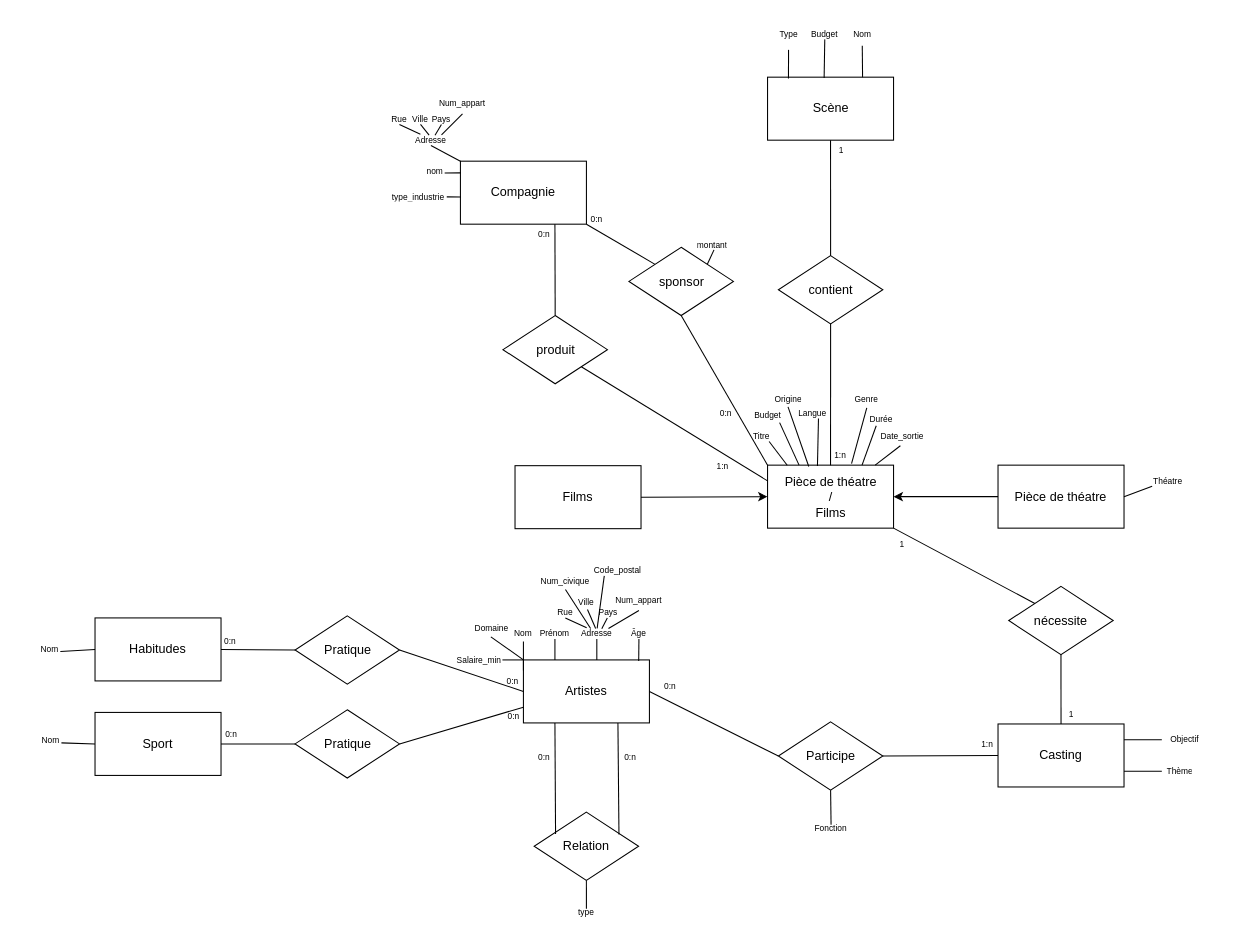
The draw.io diagram modeleEA.drawio in ZGaillard/projet_session_2935, before the edit. Source tidied: cells renumbered, new cells numbered last; positions are measured from the earlier drawing's top-left corner, leaving out a move shared by most shapes. Both pictures are drawn from the tidied source at 105%, with x=0, y=0 at pixel (18, 18).
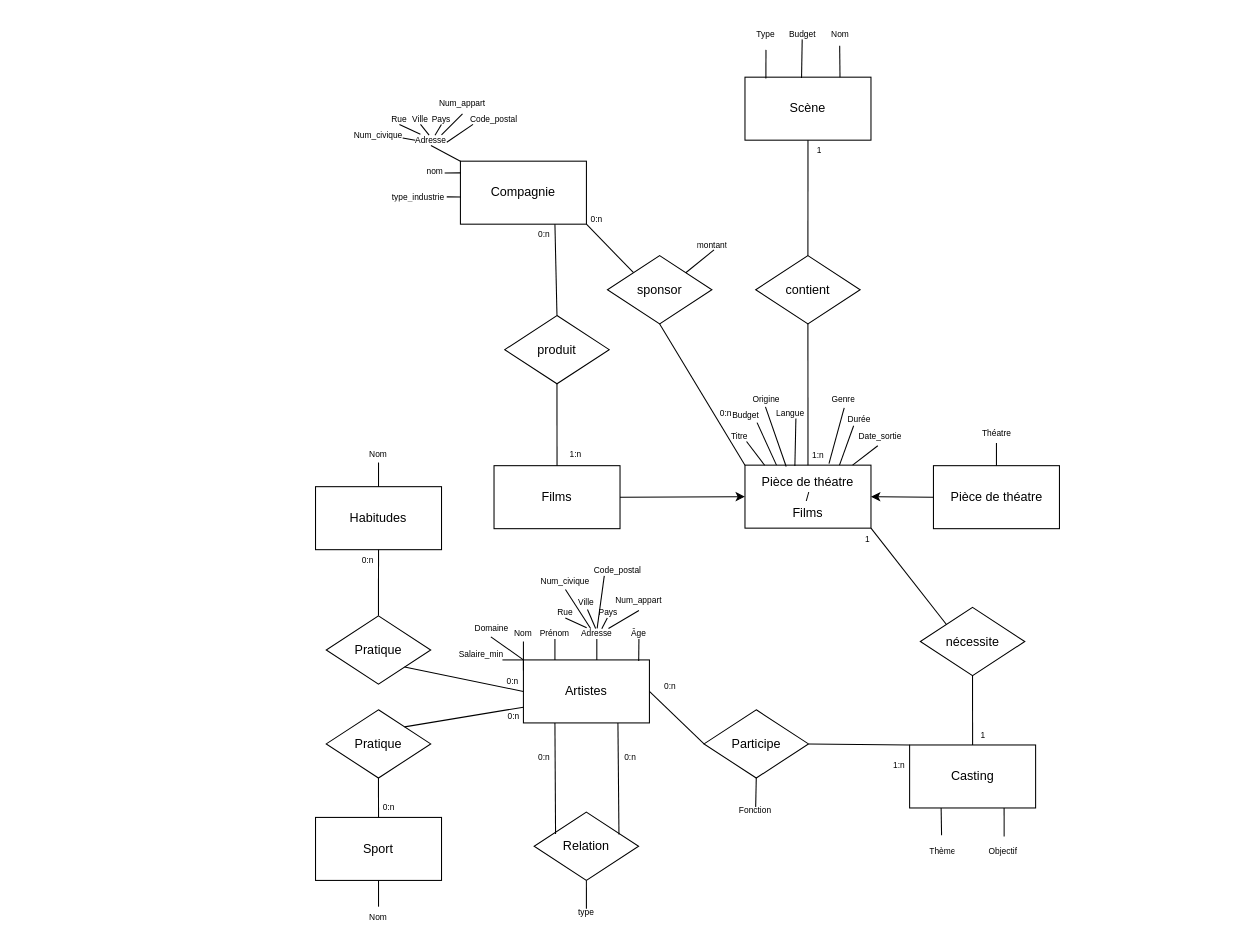
The same diagram, later.

Commit message:
Mettre à jour modeleEA.drawio

The change refers to these unchanged cells:
```xml
<mxCell id="6" value="Artistes" style="rounded=0;whiteSpace=wrap;html=1;" parent="1" vertex="1">
  <mxGeometry x="481" y="611" width="120" height="60" as="geometry" />
</mxCell>
```

The edit, as a diff of the source:
```diff
@@
     <mxCell id="2" value="Films" style="rounded=0;whiteSpace=wrap;html=1;" parent="1" vertex="1">
-      <mxGeometry x="473" y="426" width="120" height="60" as="geometry" />
+      <mxGeometry x="453" y="426" width="120" height="60" as="geometry" />
     </mxCell>
     <mxCell id="3" value="Scène" style="rounded=0;whiteSpace=wrap;html=1;" parent="1" vertex="1">
-      <mxGeometry x="713.5" y="56" width="120" height="60" as="geometry" />
+      <mxGeometry x="692" y="56" width="120" height="60" as="geometry" />
     </mxCell>
@@
     <mxCell id="5" value="Pièce de théatre" style="rounded=0;whiteSpace=wrap;html=1;" parent="1" vertex="1">
-      <mxGeometry x="933" y="425.5" width="120" height="60" as="geometry" />
+      <mxGeometry x="871.5" y="426" width="120" height="60" as="geometry" />
     </mxCell>
@@
     <mxCell id="19" value="Salaire_min" style="text;html=1;align=center;verticalAlign=middle;whiteSpace=wrap;rounded=0;fontSize=8;" parent="1" vertex="1">
-      <mxGeometry x="409" y="596" width="60" height="30" as="geometry" />
+      <mxGeometry x="411" y="591" width="60" height="30" as="geometry" />
     </mxCell>
@@
     <mxCell id="27" value="Type" style="text;html=1;align=center;verticalAlign=middle;whiteSpace=wrap;rounded=0;fontSize=8;" parent="1" vertex="1">
-      <mxGeometry x="703.5" width="60" height="30" as="geometry" />
+      <mxGeometry x="682" width="60" height="30" as="geometry" />
     </mxCell>
     <mxCell id="28" value="Budget" style="text;html=1;align=center;verticalAlign=middle;whiteSpace=wrap;rounded=0;fontSize=8;" parent="1" vertex="1">
-      <mxGeometry x="738" width="60" height="30" as="geometry" />
+      <mxGeometry x="716.5" width="60" height="30" as="geometry" />
     </mxCell>
     <mxCell id="29" style="endArrow=none;html=1;rounded=0;" parent="1" edge="1">
       <mxGeometry relative="1" as="geometry">
-        <mxPoint x="804" y="56" as="sourcePoint" />
-        <mxPoint x="803.7" y="26" as="targetPoint" />
+        <mxPoint x="782.5" y="56" as="sourcePoint" />
+        <mxPoint x="782.2" y="26" as="targetPoint" />
       </mxGeometry>
     </mxCell>
     <mxCell id="30" style="endArrow=none;html=1;rounded=0;exitX=0.449;exitY=0.013;exitDx=0;exitDy=0;exitPerimeter=0;" parent="1" edge="1" source="3">
       <mxGeometry relative="1" as="geometry">
-        <mxPoint x="768" y="20" as="targetPoint" />
+        <mxPoint x="746.5" y="20" as="targetPoint" />
       </mxGeometry>
     </mxCell>
     <mxCell id="31" value="Nom" style="text;html=1;align=center;verticalAlign=middle;whiteSpace=wrap;rounded=0;fontSize=8;" parent="1" vertex="1">
-      <mxGeometry x="774" width="60" height="30" as="geometry" />
+      <mxGeometry x="752.5" width="60" height="30" as="geometry" />
     </mxCell>
     <mxCell id="32" value="Théatre" style="text;strokeColor=none;fillColor=none;align=center;verticalAlign=middle;spacingLeft=4;spacingRight=4;overflow=hidden;points=[[0,0.5],[1,0.5]];portConstraint=eastwest;whiteSpace=wrap;html=1;fontSize=8;" parent="1" vertex="1">
-      <mxGeometry x="1049.8" y="425.5" width="90" height="30" as="geometry" />
+      <mxGeometry x="886.5" y="386" width="90" height="18.5" as="geometry" />
     </mxCell>
-    <mxCell id="33" style="endArrow=none;html=1;rounded=0;exitX=1;exitY=0.5;exitDx=0;exitDy=0;entryX=0.333;entryY=0.667;entryDx=0;entryDy=0;entryPerimeter=0;" parent="1" edge="1" source="5" target="32">
+    <mxCell id="33" style="endArrow=none;html=1;rounded=0;exitX=0.5;exitY=0;exitDx=0;exitDy=0;" parent="1" edge="1" source="5" target="32">
       <mxGeometry relative="1" as="geometry" />
     </mxCell>
     <mxCell id="34" value="Casting" style="rounded=0;whiteSpace=wrap;html=1;" parent="1" vertex="1">
-      <mxGeometry x="933" y="672" width="120" height="60" as="geometry" />
+      <mxGeometry x="848.8" y="692" width="120" height="60" as="geometry" />
     </mxCell>
     <mxCell id="35" value="Objectif" style="text;strokeColor=none;fillColor=none;align=center;verticalAlign=middle;spacingLeft=4;spacingRight=4;overflow=hidden;points=[[0,0.5],[1,0.5]];portConstraint=eastwest;whiteSpace=wrap;html=1;fontSize=8;" parent="1" vertex="1">
-      <mxGeometry x="1089" y="672" width="44" height="30" as="geometry" />
+      <mxGeometry x="915.5" y="778" width="44" height="30" as="geometry" />
     </mxCell>
     <mxCell id="36" value="Thème" style="text;strokeColor=none;fillColor=none;align=center;verticalAlign=middle;spacingLeft=4;spacingRight=4;overflow=hidden;points=[[0,0.5],[1,0.5]];portConstraint=eastwest;whiteSpace=wrap;html=1;fontSize=8;" parent="1" vertex="1">
-      <mxGeometry x="1089" y="702" width="34" height="30" as="geometry" />
+      <mxGeometry x="862.5" y="778" width="34" height="30" as="geometry" />
     </mxCell>
-    <mxCell id="37" style="endArrow=none;html=1;rounded=0;exitX=1;exitY=0.25;exitDx=0;exitDy=0;entryX=0;entryY=0.5;entryDx=0;entryDy=0;" parent="1" edge="1" source="34" target="35">
+    <mxCell id="37" style="endArrow=none;html=1;rounded=0;exitX=0.75;exitY=1;exitDx=0;exitDy=0;entryX=0.53;entryY=0.038;entryDx=0;entryDy=0;entryPerimeter=0;" parent="1" edge="1" source="34" target="35">
       <mxGeometry relative="1" as="geometry" />
     </mxCell>
-    <mxCell id="38" style="endArrow=none;html=1;rounded=0;exitX=1;exitY=0.75;exitDx=0;exitDy=0;" parent="1" edge="1" source="34" target="36">
+    <mxCell id="38" style="endArrow=none;html=1;rounded=0;exitX=0.25;exitY=1;exitDx=0;exitDy=0;" parent="1" edge="1" source="34" target="36">
       <mxGeometry relative="1" as="geometry" />
     </mxCell>
@@
     <mxCell id="54" value="Pièce de théatre&lt;div&gt;/&lt;/div&gt;&lt;div&gt;Films&lt;/div&gt;" style="rounded=0;whiteSpace=wrap;html=1;" parent="1" vertex="1">
-      <mxGeometry x="713.5" y="425.5" width="120" height="60" as="geometry" />
+      <mxGeometry x="692" y="425.5" width="120" height="60" as="geometry" />
     </mxCell>
     <mxCell id="55" value="Titre" style="text;strokeColor=none;fillColor=none;align=center;verticalAlign=middle;spacingLeft=4;spacingRight=4;overflow=hidden;whiteSpace=wrap;html=1;fontSize=8;" parent="1" vertex="1">
-      <mxGeometry x="694" y="383" width="27.5" height="30" as="geometry" />
+      <mxGeometry x="672.5" y="383" width="27.5" height="30" as="geometry" />
     </mxCell>
     <mxCell id="56" value="Budget" style="text;strokeColor=none;fillColor=none;align=center;verticalAlign=middle;spacingLeft=4;spacingRight=4;overflow=hidden;whiteSpace=wrap;html=1;fontSize=8;" parent="1" vertex="1">
-      <mxGeometry x="691" y="363" width="45.5" height="30" as="geometry" />
+      <mxGeometry x="669.5" y="363" width="45.5" height="30" as="geometry" />
     </mxCell>
     <mxCell id="57" value="Origine" style="text;strokeColor=none;fillColor=none;align=center;verticalAlign=middle;spacingLeft=4;spacingRight=4;overflow=hidden;whiteSpace=wrap;html=1;fontSize=8;" parent="1" vertex="1">
-      <mxGeometry x="713" y="348" width="40.5" height="30" as="geometry" />
+      <mxGeometry x="691.5" y="348" width="40.5" height="30" as="geometry" />
     </mxCell>
     <mxCell id="58" value="Langue" style="text;strokeColor=none;fillColor=none;align=center;verticalAlign=middle;spacingLeft=4;spacingRight=4;overflow=hidden;whiteSpace=wrap;html=1;fontSize=8;" parent="1" vertex="1">
-      <mxGeometry x="734" y="361" width="44.5" height="30" as="geometry" />
+      <mxGeometry x="712.5" y="361" width="44.5" height="30" as="geometry" />
     </mxCell>
     <mxCell id="59" value="Durée" style="text;strokeColor=none;fillColor=none;align=center;verticalAlign=middle;spacingLeft=4;spacingRight=4;overflow=hidden;whiteSpace=wrap;html=1;fontSize=8;" parent="1" vertex="1">
-      <mxGeometry x="803" y="367" width="37.5" height="30" as="geometry" />
+      <mxGeometry x="781.5" y="367" width="37.5" height="30" as="geometry" />
     </mxCell>
     <mxCell id="60" value="Date_sortie" style="text;strokeColor=none;fillColor=none;align=center;verticalAlign=middle;spacingLeft=4;spacingRight=4;overflow=hidden;whiteSpace=wrap;html=1;fontSize=8;" parent="1" vertex="1">
-      <mxGeometry x="813" y="383" width="58" height="30" as="geometry" />
+      <mxGeometry x="791.5" y="383" width="58" height="30" as="geometry" />
     </mxCell>
     <mxCell id="61" style="endArrow=none;html=1;rounded=0;exitX=0.75;exitY=0;exitDx=0;exitDy=0;" parent="1" edge="1" source="54">
       <mxGeometry relative="1" as="geometry">
-        <mxPoint x="817" y="388" as="targetPoint" />
+        <mxPoint x="795.5" y="388" as="targetPoint" />
       </mxGeometry>
     </mxCell>
     <mxCell id="62" style="endArrow=none;html=1;rounded=0;exitX=0.5;exitY=0;exitDx=0;exitDy=0;" parent="1" edge="1">
       <mxGeometry relative="1" as="geometry">
-        <mxPoint x="816" y="425.5" as="sourcePoint" />
-        <mxPoint x="840" y="407" as="targetPoint" />
+        <mxPoint x="794.5" y="425.5" as="sourcePoint" />
+        <mxPoint x="818.5" y="407" as="targetPoint" />
       </mxGeometry>
     </mxCell>
     <mxCell id="63" style="endArrow=none;html=1;rounded=0;exitX=0.396;exitY=0.012;exitDx=0;exitDy=0;exitPerimeter=0;" parent="1" edge="1" source="54">
       <mxGeometry relative="1" as="geometry">
-        <mxPoint x="762" y="381" as="targetPoint" />
+        <mxPoint x="740.5" y="381" as="targetPoint" />
       </mxGeometry>
     </mxCell>
     <mxCell id="64" style="endArrow=none;html=1;rounded=0;exitX=0.25;exitY=0;exitDx=0;exitDy=0;" parent="1" edge="1" source="54">
       <mxGeometry relative="1" as="geometry">
-        <mxPoint x="725" y="385" as="targetPoint" />
+        <mxPoint x="703.5" y="385" as="targetPoint" />
       </mxGeometry>
     </mxCell>
     <mxCell id="65" style="endArrow=none;html=1;rounded=0;exitX=0.156;exitY=0.001;exitDx=0;exitDy=0;exitPerimeter=0;" parent="1" edge="1" source="54">
       <mxGeometry relative="1" as="geometry">
-        <mxPoint x="715" y="403" as="targetPoint" />
+        <mxPoint x="693.5" y="403" as="targetPoint" />
       </mxGeometry>
     </mxCell>
@@
     <mxCell id="70" value="contient" style="rhombus;whiteSpace=wrap;html=1;" parent="1" vertex="1">
-      <mxGeometry x="723.8" y="226" width="99.5" height="65" as="geometry" />
+      <mxGeometry x="702.2" y="226" width="99.5" height="65" as="geometry" />
     </mxCell>
     <mxCell id="71" value="nécessite" style="rhombus;whiteSpace=wrap;html=1;" parent="1" vertex="1">
-      <mxGeometry x="943.2" y="541" width="99.5" height="65" as="geometry" />
+      <mxGeometry x="859" y="561" width="99.5" height="65" as="geometry" />
     </mxCell>
@@
-    <mxCell id="73" style="endArrow=none;html=1;rounded=0;exitX=0.5;exitY=1;exitDx=0;exitDy=0;entryX=0.5;entryY=0;entryDx=0;entryDy=0;" parent="1" edge="1" source="71" target="34">
-      <mxGeometry relative="1" as="geometry" />
+    <mxCell id="73" style="endArrow=none;html=1;rounded=0;exitX=0.5;exitY=1;exitDx=0;exitDy=0;entryX=0.5;entryY=0;entryDx=0;entryDy=0;" parent="1" edge="1" target="34">
+      <mxGeometry relative="1" as="geometry">
+        <mxPoint x="908.7" y="626" as="sourcePoint" />
+      </mxGeometry>
     </mxCell>
@@
     <mxCell id="76" style="endArrow=none;html=1;rounded=0;exitX=0.327;exitY=0.021;exitDx=0;exitDy=0;exitPerimeter=0;" parent="1" edge="1" source="54">
       <mxGeometry relative="1" as="geometry">
-        <mxPoint x="733" y="370" as="targetPoint" />
+        <mxPoint x="711.5" y="370" as="targetPoint" />
       </mxGeometry>
     </mxCell>
@@
     <mxCell id="78" value="sponsor" style="rhombus;whiteSpace=wrap;html=1;" parent="1" vertex="1">
-      <mxGeometry x="581.5" y="218" width="99.5" height="65" as="geometry" />
+      <mxGeometry x="561" y="226" width="99.5" height="65" as="geometry" />
     </mxCell>
     <mxCell id="79" value="produit" style="rhombus;whiteSpace=wrap;html=1;" parent="1" vertex="1">
-      <mxGeometry x="461.5" y="283" width="99.5" height="65" as="geometry" />
+      <mxGeometry x="463.2" y="283" width="99.5" height="65" as="geometry" />
     </mxCell>
@@
-    <mxCell id="82" style="endArrow=none;html=1;rounded=0;entryX=1;entryY=1;entryDx=0;entryDy=0;exitX=0;exitY=0.25;exitDx=0;exitDy=0;" parent="1" edge="1" source="54" target="79">
+    <mxCell id="82" style="endArrow=none;html=1;rounded=0;entryX=0.5;entryY=1;entryDx=0;entryDy=0;exitX=0.5;exitY=0;exitDx=0;exitDy=0;" parent="1" edge="1" source="2" target="79">
       <mxGeometry relative="1" as="geometry" />
     </mxCell>
@@
     <mxCell id="84" style="endArrow=none;html=1;rounded=0;entryX=0.5;entryY=1;entryDx=0;entryDy=0;" parent="1" edge="1" target="121">
       <mxGeometry relative="1" as="geometry">
-        <mxPoint x="774" y="768" as="sourcePoint" />
+        <mxPoint x="702.2" y="751" as="sourcePoint" />
       </mxGeometry>
     </mxCell>
     <mxCell id="85" value="Fonction" style="text;html=1;align=center;verticalAlign=middle;whiteSpace=wrap;rounded=0;fontSize=8;" parent="1" vertex="1">
-      <mxGeometry x="743.5" y="756" width="60" height="30" as="geometry" />
+      <mxGeometry x="671.8" y="739" width="60" height="30" as="geometry" />
     </mxCell>
     <mxCell id="86" value="1" style="text;html=1;align=center;verticalAlign=middle;whiteSpace=wrap;rounded=0;fontSize=8;" parent="1" vertex="1">
-      <mxGeometry x="774" y="116" width="20" height="20" as="geometry" />
+      <mxGeometry x="752.5" y="116" width="20" height="20" as="geometry" />
     </mxCell>
     <mxCell id="87" value="1:n" style="text;html=1;align=center;verticalAlign=middle;whiteSpace=wrap;rounded=0;fontSize=8;" parent="1" vertex="1">
-      <mxGeometry x="773" y="405.5" width="20" height="20" as="geometry" />
+      <mxGeometry x="751.5" y="405.5" width="20" height="20" as="geometry" />
     </mxCell>
@@
     <mxCell id="90" value="1:n" style="text;html=1;align=center;verticalAlign=middle;whiteSpace=wrap;rounded=0;fontSize=8;" parent="1" vertex="1">
-      <mxGeometry x="661" y="417" width="20" height="20" as="geometry" />
+      <mxGeometry x="521" y="404.5" width="20" height="20" as="geometry" />
     </mxCell>
@@
     <mxCell id="92" value="Genre" style="text;strokeColor=none;fillColor=none;align=center;verticalAlign=middle;spacingLeft=4;spacingRight=4;overflow=hidden;whiteSpace=wrap;html=1;fontSize=8;" parent="1" vertex="1">
-      <mxGeometry x="778.5" y="348" width="58" height="30" as="geometry" />
+      <mxGeometry x="757" y="348" width="58" height="30" as="geometry" />
     </mxCell>
     <mxCell id="93" style="endArrow=none;html=1;rounded=0;exitX=0.75;exitY=0;exitDx=0;exitDy=0;" parent="1" edge="1">
       <mxGeometry relative="1" as="geometry">
-        <mxPoint x="793.5" y="424" as="sourcePoint" />
-        <mxPoint x="808" y="371" as="targetPoint" />
+        <mxPoint x="772" y="424" as="sourcePoint" />
+        <mxPoint x="786.5" y="371" as="targetPoint" />
       </mxGeometry>
     </mxCell>
@@
     <mxCell id="98" value="Habitudes" style="rounded=0;whiteSpace=wrap;html=1;" parent="1" vertex="1">
-      <mxGeometry x="73" y="571" width="120" height="60" as="geometry" />
+      <mxGeometry x="283" y="446" width="120" height="60" as="geometry" />
     </mxCell>
     <mxCell id="99" value="Sport" style="rounded=0;whiteSpace=wrap;html=1;" parent="1" vertex="1">
-      <mxGeometry x="73" y="661" width="120" height="60" as="geometry" />
+      <mxGeometry x="283" y="761" width="120" height="60" as="geometry" />
     </mxCell>
     <mxCell id="100" value="Pratique" style="rhombus;whiteSpace=wrap;html=1;" parent="1" vertex="1">
-      <mxGeometry x="263.5" y="658.5" width="99.5" height="65" as="geometry" />
+      <mxGeometry x="293.2" y="658.5" width="99.5" height="65" as="geometry" />
     </mxCell>
     <mxCell id="101" value="Pratique" style="rhombus;whiteSpace=wrap;html=1;" parent="1" vertex="1">
-      <mxGeometry x="263.5" y="569" width="99.5" height="65" as="geometry" />
+      <mxGeometry x="293.2" y="569" width="99.5" height="65" as="geometry" />
     </mxCell>
     <mxCell id="102" value="Nom" style="text;html=1;align=center;verticalAlign=middle;whiteSpace=wrap;rounded=0;fontSize=8;" parent="1" vertex="1">
-      <mxGeometry y="586" width="60" height="30" as="geometry" />
+      <mxGeometry x="313" y="406" width="60" height="17" as="geometry" />
     </mxCell>
     <mxCell id="103" value="Nom" style="text;html=1;align=center;verticalAlign=middle;whiteSpace=wrap;rounded=0;fontSize=8;" parent="1" vertex="1">
-      <mxGeometry x="1" y="673" width="60" height="30" as="geometry" />
+      <mxGeometry x="313" y="846" width="60" height="20" as="geometry" />
     </mxCell>
-    <mxCell id="104" style="endArrow=none;html=1;rounded=0;entryX=0;entryY=0.5;entryDx=0;entryDy=0;" parent="1" edge="1" target="98">
-      <mxGeometry relative="1" as="geometry">
-        <mxPoint x="40" y="603" as="sourcePoint" />
-      </mxGeometry>
+    <mxCell id="104" style="endArrow=none;html=1;rounded=0;entryX=0.5;entryY=0;entryDx=0;entryDy=0;exitX=0.5;exitY=1;exitDx=0;exitDy=0;" parent="1" edge="1" source="102" target="98">
+      <mxGeometry relative="1" as="geometry" />
     </mxCell>
-    <mxCell id="105" style="endArrow=none;html=1;rounded=0;entryX=0;entryY=0.5;entryDx=0;entryDy=0;" parent="1" edge="1" target="99">
-      <mxGeometry relative="1" as="geometry">
-        <mxPoint x="41" y="690" as="sourcePoint" />
-      </mxGeometry>
+    <mxCell id="105" style="endArrow=none;html=1;rounded=0;entryX=0.5;entryY=1;entryDx=0;entryDy=0;exitX=0.5;exitY=0;exitDx=0;exitDy=0;" parent="1" edge="1" source="103" target="99">
+      <mxGeometry relative="1" as="geometry" />
     </mxCell>
-    <mxCell id="106" style="endArrow=none;html=1;rounded=0;entryX=0;entryY=0.5;entryDx=0;entryDy=0;exitX=1;exitY=0.5;exitDx=0;exitDy=0;" parent="1" edge="1" source="99" target="100">
+    <mxCell id="106" style="endArrow=none;html=1;rounded=0;entryX=0.5;entryY=1;entryDx=0;entryDy=0;exitX=0.5;exitY=0;exitDx=0;exitDy=0;" parent="1" edge="1" source="99" target="100">
       <mxGeometry relative="1" as="geometry" />
     </mxCell>
-    <mxCell id="107" style="endArrow=none;html=1;rounded=0;entryX=0;entryY=0.5;entryDx=0;entryDy=0;exitX=1;exitY=0.5;exitDx=0;exitDy=0;" parent="1" edge="1" source="98" target="101">
+    <mxCell id="107" style="endArrow=none;html=1;rounded=0;entryX=0.5;entryY=0;entryDx=0;entryDy=0;exitX=0.5;exitY=1;exitDx=0;exitDy=0;" parent="1" edge="1" source="98" target="101">
       <mxGeometry relative="1" as="geometry" />
     </mxCell>
-    <mxCell id="108" style="endArrow=none;html=1;rounded=0;entryX=0;entryY=0.5;entryDx=0;entryDy=0;exitX=1;exitY=0.5;exitDx=0;exitDy=0;" parent="1" edge="1" source="101" target="6">
+    <mxCell id="108" style="endArrow=none;html=1;rounded=0;entryX=0;entryY=0.5;entryDx=0;entryDy=0;exitX=1;exitY=1;exitDx=0;exitDy=0;" parent="1" edge="1" source="101" target="6">
       <mxGeometry relative="1" as="geometry" />
     </mxCell>
-    <mxCell id="109" style="endArrow=none;html=1;rounded=0;entryX=0;entryY=0.75;entryDx=0;entryDy=0;exitX=1;exitY=0.5;exitDx=0;exitDy=0;" parent="1" edge="1" source="100" target="6">
+    <mxCell id="109" style="endArrow=none;html=1;rounded=0;entryX=0;entryY=0.75;entryDx=0;entryDy=0;exitX=1;exitY=0;exitDx=0;exitDy=0;" parent="1" edge="1" source="100" target="6">
       <mxGeometry relative="1" as="geometry" />
     </mxCell>
@@
     <mxCell id="112" value="0:n" style="text;html=1;align=center;verticalAlign=middle;whiteSpace=wrap;rounded=0;fontSize=8;" parent="1" vertex="1">
-      <mxGeometry x="193" y="671.5" width="20" height="20" as="geometry" />
+      <mxGeometry x="342.8" y="741" width="20" height="20" as="geometry" />
     </mxCell>
     <mxCell id="113" value="0:n" style="text;html=1;align=center;verticalAlign=middle;whiteSpace=wrap;rounded=0;fontSize=8;" parent="1" vertex="1">
-      <mxGeometry x="192" y="583" width="20" height="20" as="geometry" />
+      <mxGeometry x="322.8" y="506" width="20" height="20" as="geometry" />
     </mxCell>
@@
     <mxCell id="121" value="Participe" style="rhombus;whiteSpace=wrap;html=1;" parent="1" vertex="1">
-      <mxGeometry x="723.8" y="670" width="99.5" height="65" as="geometry" />
+      <mxGeometry x="653" y="658.5" width="99.5" height="65" as="geometry" />
     </mxCell>
@@
-    <mxCell id="123" style="endArrow=none;html=1;rounded=0;entryX=0;entryY=0.5;entryDx=0;entryDy=0;exitX=1;exitY=0.5;exitDx=0;exitDy=0;" parent="1" edge="1" source="121" target="34">
+    <mxCell id="123" style="endArrow=none;html=1;rounded=0;entryX=0;entryY=0;entryDx=0;entryDy=0;exitX=1;exitY=0.5;exitDx=0;exitDy=0;" parent="1" edge="1" source="121" target="34">
       <mxGeometry relative="1" as="geometry" />
     </mxCell>
@@
     <mxCell id="125" value="1:n" style="text;html=1;align=center;verticalAlign=middle;whiteSpace=wrap;rounded=0;fontSize=8;" parent="1" vertex="1">
-      <mxGeometry x="913" y="681" width="20" height="20" as="geometry" />
+      <mxGeometry x="828.8" y="701" width="20" height="20" as="geometry" />
     </mxCell>
     <mxCell id="126" value="&lt;div&gt;1&lt;/div&gt;" style="text;html=1;align=center;verticalAlign=middle;whiteSpace=wrap;rounded=0;fontSize=8;" parent="1" vertex="1">
-      <mxGeometry x="993" y="653" width="20" height="20" as="geometry" />
+      <mxGeometry x="908.8" y="673" width="20" height="20" as="geometry" />
     </mxCell>
     <mxCell id="127" value="&lt;div&gt;1&lt;/div&gt;" style="text;html=1;align=center;verticalAlign=middle;whiteSpace=wrap;rounded=0;fontSize=8;" parent="1" vertex="1">
-      <mxGeometry x="832" y="491" width="20" height="20" as="geometry" />
+      <mxGeometry x="799" y="486" width="20" height="20" as="geometry" />
     </mxCell>
+    <mxCell id="128" value="Code_postal" style="text;html=1;align=center;verticalAlign=middle;whiteSpace=wrap;rounded=0;fontSize=8;" parent="1" vertex="1">
+      <mxGeometry x="423" y="81" width="60" height="30" as="geometry" />
+    </mxCell>
+    <mxCell id="129" value="Num_civique" style="text;html=1;align=center;verticalAlign=middle;whiteSpace=wrap;rounded=0;fontSize=8;" parent="1" vertex="1">
+      <mxGeometry x="313" y="96" width="60" height="30" as="geometry" />
+    </mxCell>
+    <mxCell id="130" style="endArrow=none;html=1;rounded=0;entryX=0.5;entryY=0.833;entryDx=0;entryDy=0;entryPerimeter=0;" parent="1" edge="1">
+      <mxGeometry relative="1" as="geometry">
+        <mxPoint x="408" y="118" as="sourcePoint" />
+        <mxPoint x="433" y="101" as="targetPoint" />
+      </mxGeometry>
+    </mxCell>
+    <mxCell id="131" style="endArrow=none;html=1;rounded=0;entryX=0.5;entryY=0.833;entryDx=0;entryDy=0;entryPerimeter=0;" parent="1" edge="1">
+      <mxGeometry relative="1" as="geometry">
+        <mxPoint x="366" y="114" as="sourcePoint" />
+        <mxPoint x="378" y="116" as="targetPoint" />
+      </mxGeometry>
+    </mxCell>
```
